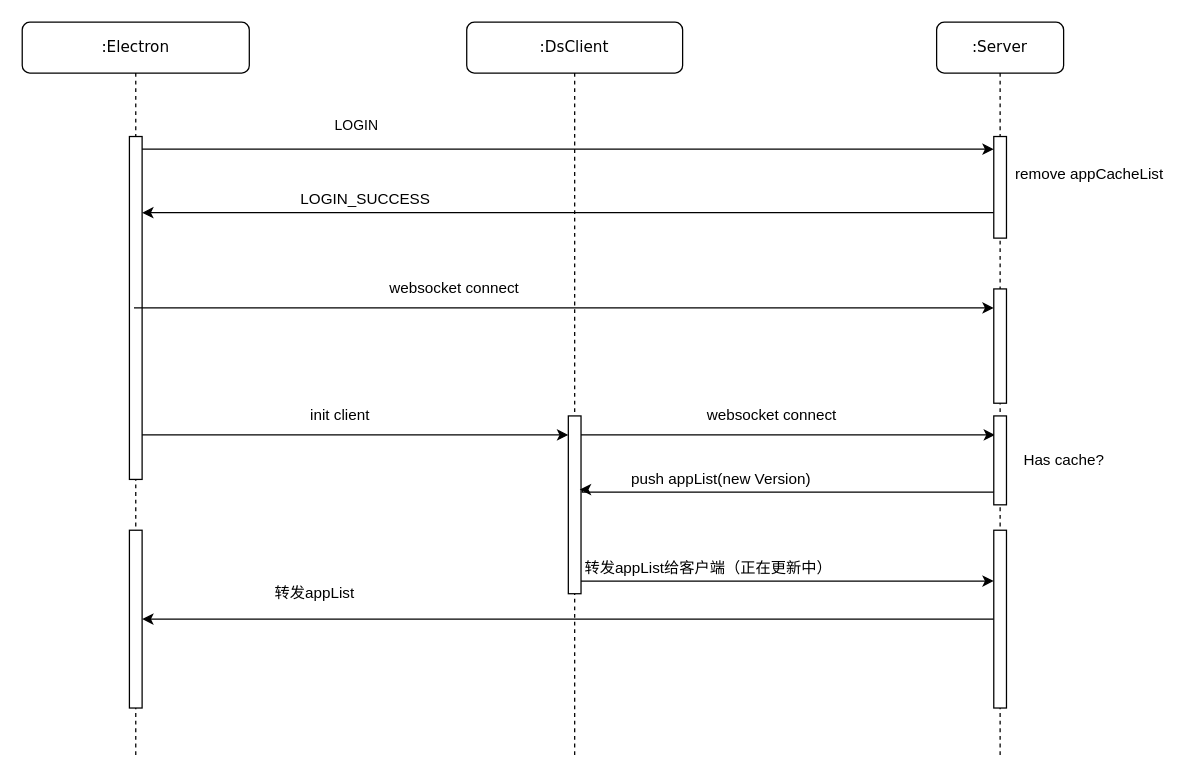
Before: Untitled Diagram.drawio in struglerk/tutorials, a draw.io diagram. Source tidied: cells renumbered, new cells numbered last; positions are measured from the earlier drawing's top-left corner, leaving out a move shared by most shapes. Both pictures are drawn from the tidied source at 127%, with x=0, y=0 at pixel (22, 22).
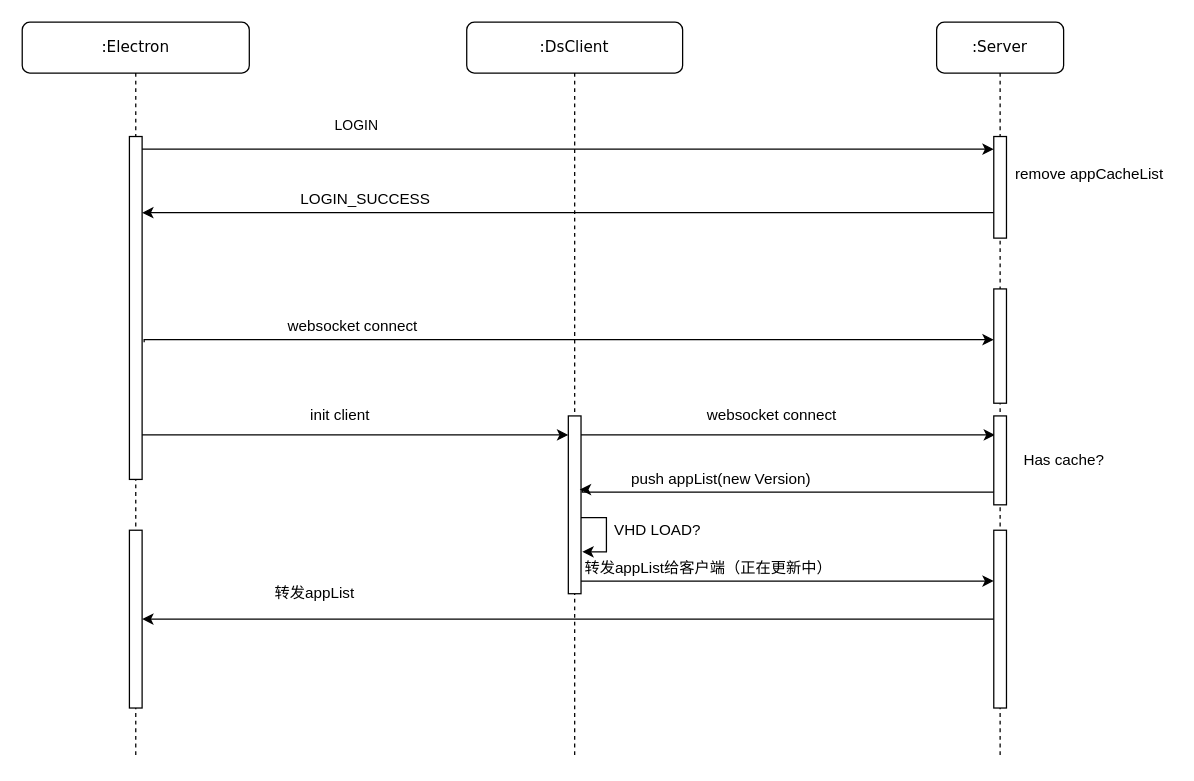
Above is the later version.

Unchanged cells that the change refers to:
```xml
<mxCell id="5" style="html=1;points=[];perimeter=orthogonalPerimeter;" parent="4" vertex="1">
  <mxGeometry x="84.4" y="90" width="10" height="270" as="geometry" />
</mxCell>
<mxCell id="13" style="html=1;points=[];perimeter=orthogonalPerimeter;" parent="1" vertex="1">
  <mxGeometry x="765" y="210" width="10" height="90" as="geometry" />
</mxCell>
<mxCell id="18" style="html=1;points=[];perimeter=orthogonalPerimeter;" parent="1" vertex="1">
  <mxGeometry x="430" y="310" width="10" height="140" as="geometry" />
</mxCell>
```

Diff of the diagram source:
```diff
@@
-    <mxCell id="12" style="edgeStyle=orthogonalEdgeStyle;rounded=0;jettySize=auto;html=1;" parent="1" edge="1" target="13">
+    <mxCell id="12" style="edgeStyle=orthogonalEdgeStyle;rounded=0;jettySize=auto;html=1;exitX=1.162;exitY=0.6;exitDx=0;exitDy=0;exitPerimeter=0;" parent="1" edge="1" source="5" target="13">
       <mxGeometry relative="1" as="geometry">
-        <mxPoint x="88" y="225" as="sourcePoint" />
         <Array as="points">
-          <mxPoint x="88" y="225" />
+          <mxPoint x="96" y="250" />
         </Array>
       </mxGeometry>
     </mxCell>
@@
     <mxCell id="14" value="websocket connect" style="text;html=1;align=center;verticalAlign=middle;strokeColor=none;" parent="1" vertex="1">
-      <mxGeometry x="280" y="200" width="120" height="20" as="geometry" />
+      <mxGeometry x="200" y="230" width="120" height="20" as="geometry" />
     </mxCell>
@@
+    <mxCell id="30" style="edgeStyle=orthogonalEdgeStyle;rounded=0;orthogonalLoop=1;jettySize=auto;html=1;entryX=1.1;entryY=0.764;entryDx=0;entryDy=0;entryPerimeter=0;" parent="1" edge="1" source="18" target="18">
+      <mxGeometry relative="1" as="geometry">
+        <Array as="points">
+          <mxPoint x="460" y="390" />
+          <mxPoint x="460" y="417" />
+        </Array>
+      </mxGeometry>
+    </mxCell>
+    <mxCell id="31" value="VHD LOAD?" style="text;html=1;align=center;verticalAlign=middle;strokeColor=none;" parent="1" vertex="1">
+      <mxGeometry x="460" y="390" width="80" height="20" as="geometry" />
+    </mxCell>
```
